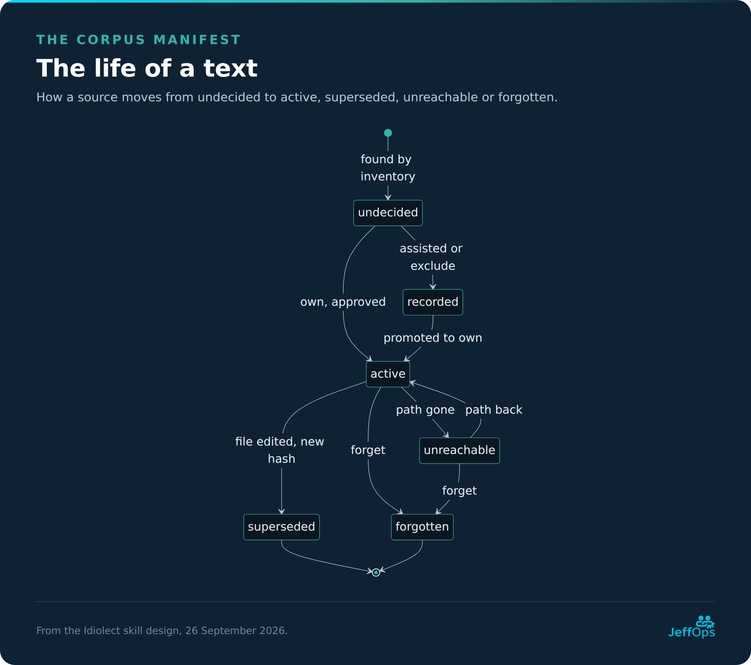
JeffWouters/Claude-Skill-Idiolect keeps this Mermaid diagram as docs/idiolect-design-images/10-manifest.png. Above is the earlier version. Its source is kept beside it as docs/idiolect-design-diagram-sources/10-manifest.mmd. The source it was exported from:
```mermaid
stateDiagram-v2
    [*] --> undecided: found by inventory
    undecided --> active: own, approved
    undecided --> recorded: assisted or exclude
    recorded --> active: promoted to own
    active --> superseded: file edited, new hash
    active --> unreachable: path gone
    unreachable --> active: path back
    active --> forgotten: forget
    unreachable --> forgotten: forget
    superseded --> [*]
    forgotten --> [*]
```
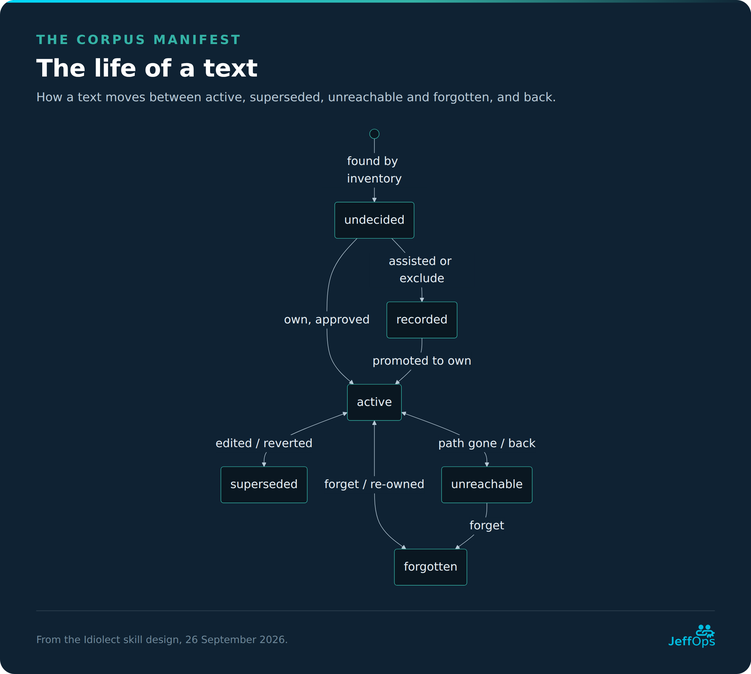
After the change.

Diff of the diagram source:
```diff
@@ -1,12 +1,9 @@
-stateDiagram-v2
-    [*] --> undecided: found by inventory
-    undecided --> active: own, approved
-    undecided --> recorded: assisted or exclude
-    recorded --> active: promoted to own
-    active --> superseded: file edited, new hash
-    active --> unreachable: path gone
-    unreachable --> active: path back
-    active --> forgotten: forget
-    unreachable --> forgotten: forget
-    superseded --> [*]
-    forgotten --> [*]
+flowchart TB
+    S(( )) -->|found by inventory| U(undecided)
+    U -->|own, approved| A(active)
+    U -->|assisted or exclude| R(recorded)
+    R -->|promoted to own| A
+    A <-->|edited / reverted| SU(superseded)
+    A <-->|path gone / back| UN(unreachable)
+    A <-->|forget / re-owned| F(forgotten)
+    UN -->|forget| F
```
